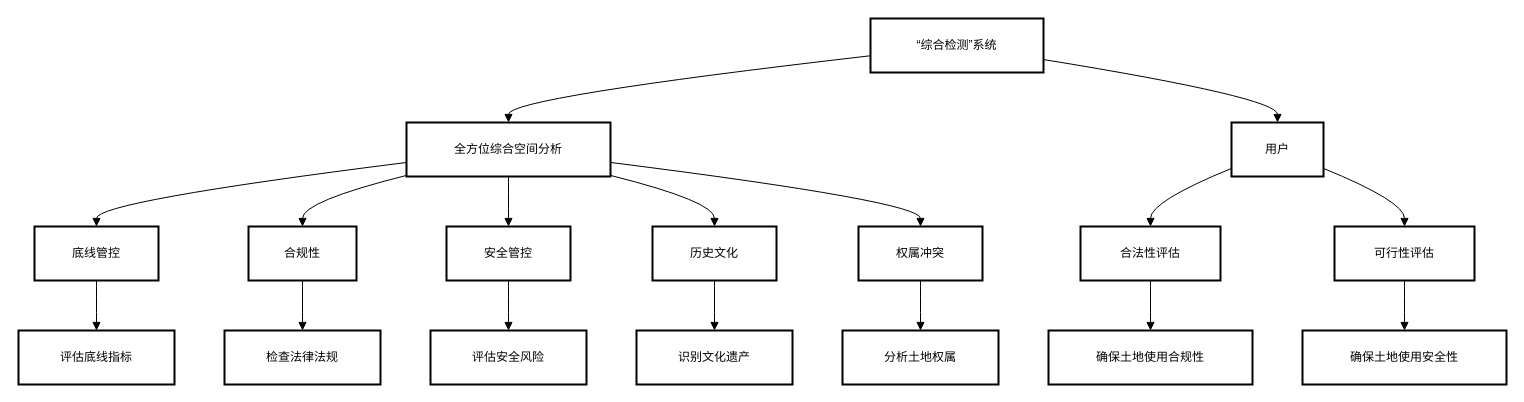
wangslsl/drawio keeps this draw.io diagram as 20250415/综合检测.drawio. Above is the earlier version. Source tidied: cells renumbered, new cells numbered last; positions are measured from the earlier drawing's top-left corner, leaving out a move shared by most shapes. Both pictures are drawn from the tidied source at 100%, with x=0, y=0 at pixel (18, 18).
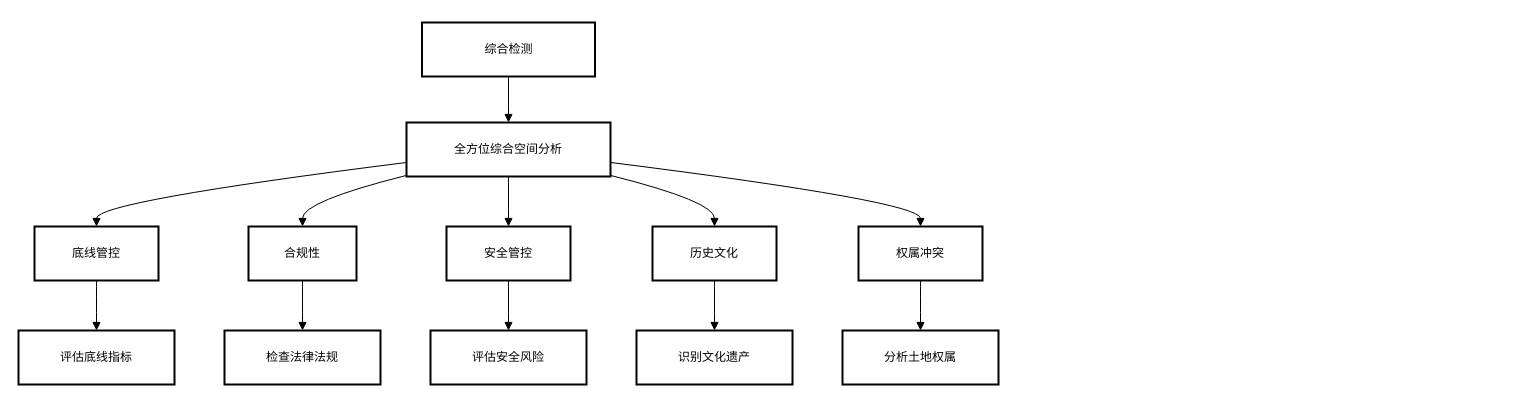
The same page after the edit.

Commit message:
更新综合检测.drawio

The change refers to these unchanged cells:
```xml
<mxCell id="3" value="全方位综合空间分析" style="whiteSpace=wrap;strokeWidth=2;" parent="1" vertex="1">
  <mxGeometry x="388" y="104" width="204" height="54" as="geometry" />
</mxCell>
```

Diff of the diagram source:
```diff
@@
-    <mxCell id="2" value="“综合检测”系统" style="whiteSpace=wrap;strokeWidth=2;" parent="1" vertex="1">
-      <mxGeometry x="852" width="173" height="54" as="geometry" />
+    <mxCell id="2" value="综合检测" style="whiteSpace=wrap;strokeWidth=2;" parent="1" vertex="1">
+      <mxGeometry x="403.5" y="4" width="173" height="54" as="geometry" />
     </mxCell>
@@
-    <mxCell id="14" value="用户" style="whiteSpace=wrap;strokeWidth=2;" parent="1" vertex="1">
-      <mxGeometry x="1213" y="104" width="92" height="54" as="geometry" />
-    </mxCell>
-    <mxCell id="15" value="合法性评估" style="whiteSpace=wrap;strokeWidth=2;" parent="1" vertex="1">
-      <mxGeometry x="1062" y="208" width="140" height="54" as="geometry" />
-    </mxCell>
-    <mxCell id="16" value="可行性评估" style="whiteSpace=wrap;strokeWidth=2;" parent="1" vertex="1">
-      <mxGeometry x="1316" y="208" width="140" height="54" as="geometry" />
-    </mxCell>
-    <mxCell id="17" value="确保土地使用合规性" style="whiteSpace=wrap;strokeWidth=2;" parent="1" vertex="1">
-      <mxGeometry x="1030" y="312" width="204" height="54" as="geometry" />
-    </mxCell>
-    <mxCell id="18" value="确保土地使用安全性" style="whiteSpace=wrap;strokeWidth=2;" parent="1" vertex="1">
-      <mxGeometry x="1284" y="312" width="204" height="54" as="geometry" />
-    </mxCell>
-    <mxCell id="19" style="curved=1;startArrow=none;endArrow=block;exitX=0;exitY=0.69;entryX=0.5;entryY=0;" parent="1" edge="1" source="2" target="3">
-      <mxGeometry relative="1" as="geometry">
-        <Array as="points">
-          <mxPoint x="490" y="79" />
-        </Array>
-      </mxGeometry>
+    <mxCell id="19" style="curved=1;startArrow=none;endArrow=block;exitX=0.5;exitY=1;entryX=0.5;entryY=0;exitDx=0;exitDy=0;" parent="1" edge="1" source="2" target="3">
+      <mxGeometry relative="1" as="geometry" />
     </mxCell>
@@
-    <mxCell id="30" style="curved=1;startArrow=none;endArrow=block;exitX=1;exitY=0.76;entryX=0.5;entryY=0;" parent="1" edge="1" source="2" target="14">
-      <mxGeometry relative="1" as="geometry">
-        <Array as="points">
-          <mxPoint x="1259" y="79" />
-        </Array>
-      </mxGeometry>
-    </mxCell>
-    <mxCell id="31" style="curved=1;startArrow=none;endArrow=block;exitX=0;exitY=0.85;entryX=0.5;entryY=0;" parent="1" edge="1" source="14" target="15">
-      <mxGeometry relative="1" as="geometry">
-        <Array as="points">
-          <mxPoint x="1132" y="183" />
-        </Array>
-      </mxGeometry>
-    </mxCell>
-    <mxCell id="32" style="curved=1;startArrow=none;endArrow=block;exitX=1;exitY=0.85;entryX=0.5;entryY=0;" parent="1" edge="1" source="14" target="16">
-      <mxGeometry relative="1" as="geometry">
-        <Array as="points">
-          <mxPoint x="1386" y="183" />
-        </Array>
-      </mxGeometry>
-    </mxCell>
-    <mxCell id="33" style="curved=1;startArrow=none;endArrow=block;exitX=0.5;exitY=1;entryX=0.5;entryY=0;" parent="1" edge="1" source="15" target="17">
-      <mxGeometry relative="1" as="geometry" />
-    </mxCell>
-    <mxCell id="34" style="curved=1;startArrow=none;endArrow=block;exitX=0.5;exitY=1;entryX=0.5;entryY=0;" parent="1" edge="1" source="16" target="18">
-      <mxGeometry relative="1" as="geometry" />
-    </mxCell>
```
